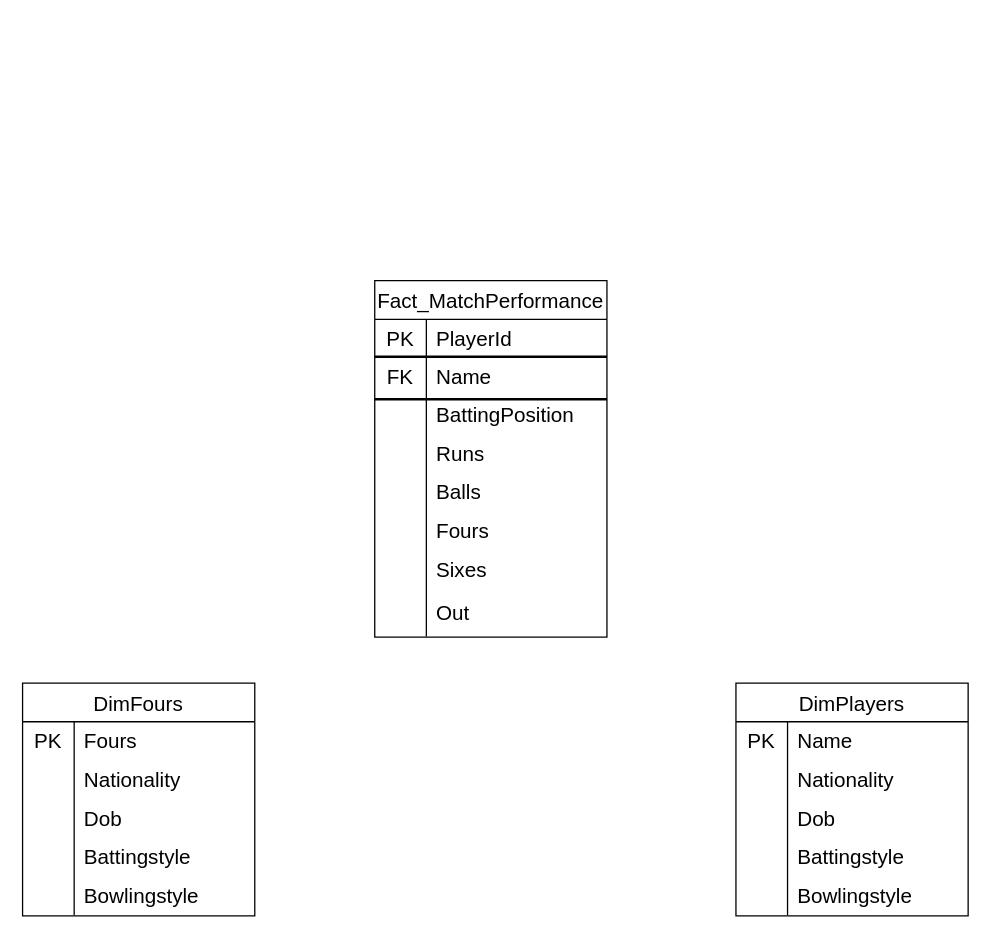
MiravBhojani/BIProject--136446 keeps this draw.io diagram as star schema.drawio. Above is the earlier version. Source tidied: cells renumbered, new cells numbered last; positions are measured from the earlier drawing's top-left corner, leaving out a move shared by most shapes. Both pictures are drawn from the tidied source at 129%, with x=0, y=0 at pixel (22, 280).
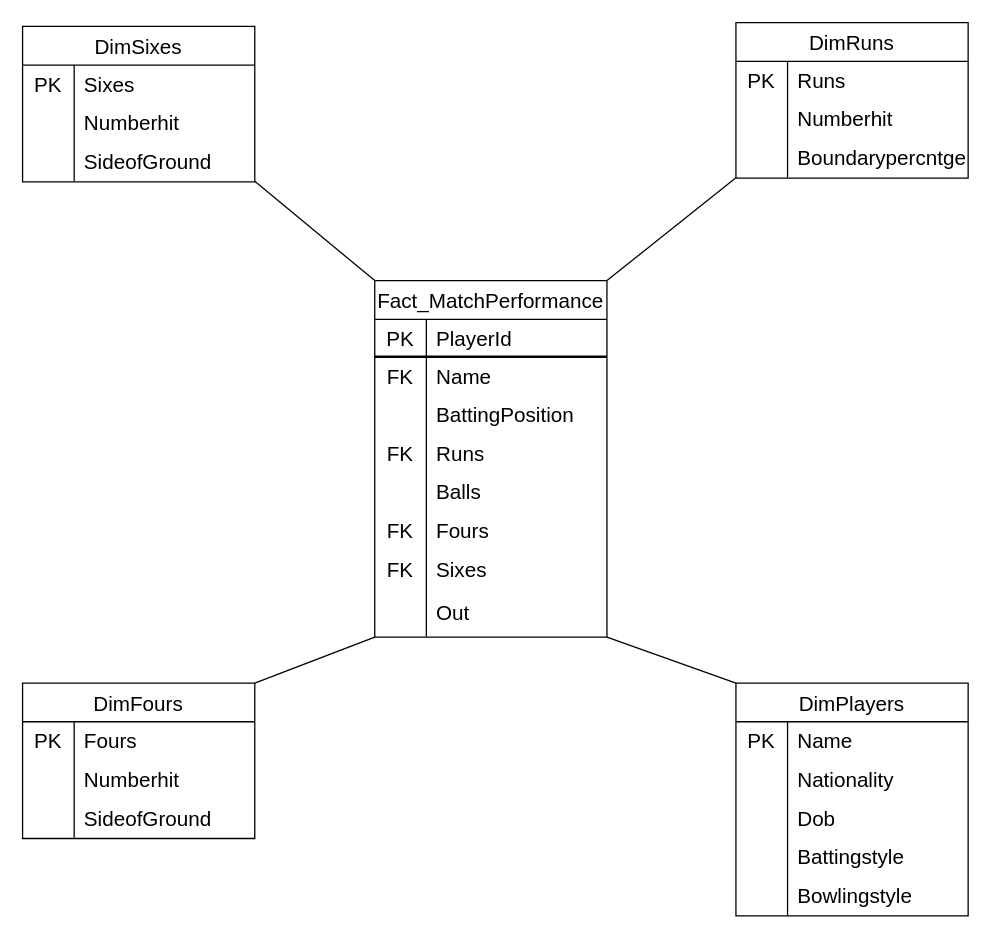
After the change.

The change refers to these unchanged cells:
```xml
<mxCell id="2" value="Fact_MatchPerformance" style="shape=table;startSize=30;childLayout=tableLayout;rowLines=0;fontStyle=0;strokeColor=default;fontSize=16;" parent="1" vertex="1">
  <mxGeometry x="273" width="180" height="276.4" as="geometry" />
</mxCell>
<mxCell id="12" style="shape=tableRow;horizontal=0;startSize=0;swimlaneHead=0;swimlaneBody=0;top=0;left=0;bottom=0;right=0;fillColor=none;strokeColor=inherit;fontSize=16;" parent="2" vertex="1">
  <mxGeometry y="119" width="180" height="30" as="geometry" />
</mxCell>
<mxCell id="18" style="shape=tableRow;horizontal=0;startSize=0;swimlaneHead=0;swimlaneBody=0;top=0;left=0;bottom=0;right=0;fillColor=none;strokeColor=inherit;fontSize=16;" parent="2" vertex="1">
  <mxGeometry y="179" width="180" height="30" as="geometry" />
</mxCell>
<mxCell id="21" style="shape=tableRow;horizontal=0;startSize=0;swimlaneHead=0;swimlaneBody=0;top=0;left=0;bottom=0;right=0;fillColor=none;strokeColor=inherit;fontSize=16;" parent="2" vertex="1">
  <mxGeometry y="209" width="180" height="30" as="geometry" />
</mxCell>
<mxCell id="27" value="DimPlayers" style="shape=table;startSize=30;childLayout=tableLayout;rowLines=0;fontStyle=0;strokeColor=default;fontSize=16;" parent="1" vertex="1">
  <mxGeometry x="553" y="312" width="180" height="180.5" as="geometry" />
</mxCell>
```

Diff of the diagram source:
```diff
@@
-    <mxCell id="13" style="shape=partialRectangle;html=1;whiteSpace=wrap;fillColor=none;top=0;left=0;bottom=0;right=0;overflow=hidden;strokeColor=inherit;fontSize=16;" parent="12" vertex="1">
+    <mxCell id="13" value="FK" style="shape=partialRectangle;html=1;whiteSpace=wrap;fillColor=none;top=0;left=0;bottom=0;right=0;overflow=hidden;strokeColor=inherit;fontSize=16;" parent="12" vertex="1">
       <mxGeometry width="40" height="30" as="geometry" />
     </mxCell>
@@
-    <mxCell id="19" style="shape=partialRectangle;html=1;whiteSpace=wrap;fillColor=none;top=0;left=0;bottom=0;right=0;overflow=hidden;strokeColor=inherit;fontSize=16;" parent="18" vertex="1">
+    <mxCell id="19" value="FK" style="shape=partialRectangle;html=1;whiteSpace=wrap;fillColor=none;top=0;left=0;bottom=0;right=0;overflow=hidden;strokeColor=inherit;fontSize=16;" parent="18" vertex="1">
       <mxGeometry width="40" height="30" as="geometry" />
     </mxCell>
@@
-    <mxCell id="22" style="shape=partialRectangle;html=1;whiteSpace=wrap;fillColor=none;top=0;left=0;bottom=0;right=0;overflow=hidden;strokeColor=inherit;fontSize=16;" parent="21" vertex="1">
+    <mxCell id="22" value="FK" style="shape=partialRectangle;html=1;whiteSpace=wrap;fillColor=none;top=0;left=0;bottom=0;right=0;overflow=hidden;strokeColor=inherit;fontSize=16;" parent="21" vertex="1">
       <mxGeometry width="40" height="30" as="geometry" />
     </mxCell>
@@
-    <mxCell id="44" style="line;strokeWidth=2;html=1;" parent="1" vertex="1">
-      <mxGeometry x="273" y="87" width="180" height="10" as="geometry" />
-    </mxCell>
     <mxCell id="45" value="DimFours" style="shape=table;startSize=30;childLayout=tableLayout;rowLines=0;fontStyle=0;strokeColor=default;fontSize=16;" parent="1" vertex="1">
-      <mxGeometry y="312" width="180" height="180.5" as="geometry" />
+      <mxGeometry y="312" width="180" height="120.5" as="geometry" />
     </mxCell>
-    <mxCell id="46" style="shape=tableRow;horizontal=0;startSize=0;swimlaneHead=0;swimlaneBody=0;top=0;left=0;bottom=0;right=0;fillColor=none;strokeColor=inherit;fontSize=16;" parent="45" vertex="1">
-      <mxGeometry y="30" width="180" height="30" as="geometry" />
-    </mxCell>
-    <mxCell id="47" value="PK" style="shape=partialRectangle;html=1;whiteSpace=wrap;fillColor=none;top=0;left=0;bottom=0;right=0;overflow=hidden;strokeColor=inherit;fontSize=16;" parent="46" vertex="1">
-      <mxGeometry width="40" height="30" as="geometry" />
-    </mxCell>
-    <mxCell id="48" value="Fours" style="shape=partialRectangle;html=1;whiteSpace=wrap;fillColor=none;top=0;left=0;bottom=0;right=0;align=left;spacingLeft=6;overflow=hidden;strokeColor=inherit;fontSize=16;" parent="46" vertex="1">
-      <mxGeometry x="40" width="140" height="30" as="geometry" />
-    </mxCell>
     <mxCell id="49" style="shape=tableRow;horizontal=0;startSize=0;swimlaneHead=0;swimlaneBody=0;top=0;left=0;bottom=0;right=0;fillColor=none;strokeColor=inherit;fontSize=16;" parent="45" vertex="1">
-      <mxGeometry y="60" width="180" height="30" as="geometry" />
+      <mxGeometry y="30" width="180" height="30" as="geometry" />
     </mxCell>
-    <mxCell id="50" style="shape=partialRectangle;html=1;whiteSpace=wrap;fillColor=none;top=0;left=0;bottom=0;right=0;overflow=hidden;strokeColor=inherit;fontSize=16;" parent="49" vertex="1">
+    <mxCell id="50" value="PK" style="shape=partialRectangle;html=1;whiteSpace=wrap;fillColor=none;top=0;left=0;bottom=0;right=0;overflow=hidden;strokeColor=inherit;fontSize=16;" parent="49" vertex="1">
       <mxGeometry width="40" height="30" as="geometry" />
     </mxCell>
-    <mxCell id="51" value="Nationality" style="shape=partialRectangle;html=1;whiteSpace=wrap;fillColor=none;top=0;left=0;bottom=0;right=0;align=left;spacingLeft=6;overflow=hidden;strokeColor=inherit;fontSize=16;" parent="49" vertex="1">
+    <mxCell id="51" value="Fours" style="shape=partialRectangle;html=1;whiteSpace=wrap;fillColor=none;top=0;left=0;bottom=0;right=0;align=left;spacingLeft=6;overflow=hidden;strokeColor=inherit;fontSize=16;" parent="49" vertex="1">
       <mxGeometry x="40" width="140" height="30" as="geometry" />
     </mxCell>
     <mxCell id="52" style="shape=tableRow;horizontal=0;startSize=0;swimlaneHead=0;swimlaneBody=0;top=0;left=0;bottom=0;right=0;fillColor=none;strokeColor=inherit;fontSize=16;" parent="45" vertex="1">
-      <mxGeometry y="90" width="180" height="30" as="geometry" />
+      <mxGeometry y="60" width="180" height="30" as="geometry" />
     </mxCell>
@@
-    <mxCell id="54" value="Dob" style="shape=partialRectangle;html=1;whiteSpace=wrap;fillColor=none;top=0;left=0;bottom=0;right=0;align=left;spacingLeft=6;overflow=hidden;strokeColor=inherit;fontSize=16;" parent="52" vertex="1">
+    <mxCell id="54" value="Numberhit" style="shape=partialRectangle;html=1;whiteSpace=wrap;fillColor=none;top=0;left=0;bottom=0;right=0;align=left;spacingLeft=6;overflow=hidden;strokeColor=inherit;fontSize=16;" parent="52" vertex="1">
       <mxGeometry x="40" width="140" height="30" as="geometry" />
     </mxCell>
     <mxCell id="55" style="shape=tableRow;horizontal=0;startSize=0;swimlaneHead=0;swimlaneBody=0;top=0;left=0;bottom=0;right=0;fillColor=none;strokeColor=inherit;fontSize=16;" parent="45" vertex="1">
-      <mxGeometry y="120" width="180" height="30" as="geometry" />
+      <mxGeometry y="90" width="180" height="30" as="geometry" />
     </mxCell>
@@
-    <mxCell id="57" value="Battingstyle" style="shape=partialRectangle;html=1;whiteSpace=wrap;fillColor=none;top=0;left=0;bottom=0;right=0;align=left;spacingLeft=6;overflow=hidden;strokeColor=inherit;fontSize=16;" parent="55" vertex="1">
+    <mxCell id="57" value="SideofGround" style="shape=partialRectangle;html=1;whiteSpace=wrap;fillColor=none;top=0;left=0;bottom=0;right=0;align=left;spacingLeft=6;overflow=hidden;strokeColor=inherit;fontSize=16;" parent="55" vertex="1">
       <mxGeometry x="40" width="140" height="30" as="geometry" />
     </mxCell>
-    <mxCell id="58" style="shape=tableRow;horizontal=0;startSize=0;swimlaneHead=0;swimlaneBody=0;top=0;left=0;bottom=0;right=0;fillColor=none;strokeColor=inherit;fontSize=16;" parent="45" vertex="1">
-      <mxGeometry y="150" width="180" height="30" as="geometry" />
-    </mxCell>
-    <mxCell id="59" style="shape=partialRectangle;html=1;whiteSpace=wrap;fillColor=none;top=0;left=0;bottom=0;right=0;overflow=hidden;strokeColor=inherit;fontSize=16;" parent="58" vertex="1">
-      <mxGeometry width="40" height="30" as="geometry" />
-    </mxCell>
-    <mxCell id="60" value="Bowlingstyle" style="shape=partialRectangle;html=1;whiteSpace=wrap;fillColor=none;top=0;left=0;bottom=0;right=0;align=left;spacingLeft=6;overflow=hidden;strokeColor=inherit;fontSize=16;" parent="58" vertex="1">
-      <mxGeometry x="40" width="140" height="30" as="geometry" />
-    </mxCell>
+    <mxCell id="61" value="DimSixes" style="shape=table;startSize=30;childLayout=tableLayout;rowLines=0;fontStyle=0;strokeColor=default;fontSize=16;" parent="1" vertex="1">
+      <mxGeometry y="-197" width="180" height="120.5" as="geometry" />
+    </mxCell>
+    <mxCell id="62" style="shape=tableRow;horizontal=0;startSize=0;swimlaneHead=0;swimlaneBody=0;top=0;left=0;bottom=0;right=0;fillColor=none;strokeColor=inherit;fontSize=16;" parent="61" vertex="1">
+      <mxGeometry y="30" width="180" height="30" as="geometry" />
+    </mxCell>
+    <mxCell id="63" value="PK" style="shape=partialRectangle;html=1;whiteSpace=wrap;fillColor=none;top=0;left=0;bottom=0;right=0;overflow=hidden;strokeColor=inherit;fontSize=16;" parent="62" vertex="1">
+      <mxGeometry width="40" height="30" as="geometry" />
+    </mxCell>
+    <mxCell id="64" value="Sixes" style="shape=partialRectangle;html=1;whiteSpace=wrap;fillColor=none;top=0;left=0;bottom=0;right=0;align=left;spacingLeft=6;overflow=hidden;strokeColor=inherit;fontSize=16;" parent="62" vertex="1">
+      <mxGeometry x="40" width="140" height="30" as="geometry" />
+    </mxCell>
+    <mxCell id="65" style="shape=tableRow;horizontal=0;startSize=0;swimlaneHead=0;swimlaneBody=0;top=0;left=0;bottom=0;right=0;fillColor=none;strokeColor=inherit;fontSize=16;" parent="61" vertex="1">
+      <mxGeometry y="60" width="180" height="30" as="geometry" />
+    </mxCell>
+    <mxCell id="66" style="shape=partialRectangle;html=1;whiteSpace=wrap;fillColor=none;top=0;left=0;bottom=0;right=0;overflow=hidden;strokeColor=inherit;fontSize=16;" parent="65" vertex="1">
+      <mxGeometry width="40" height="30" as="geometry" />
+    </mxCell>
+    <mxCell id="67" value="Numberhit" style="shape=partialRectangle;html=1;whiteSpace=wrap;fillColor=none;top=0;left=0;bottom=0;right=0;align=left;spacingLeft=6;overflow=hidden;strokeColor=inherit;fontSize=16;" parent="65" vertex="1">
+      <mxGeometry x="40" width="140" height="30" as="geometry" />
+    </mxCell>
+    <mxCell id="68" style="shape=tableRow;horizontal=0;startSize=0;swimlaneHead=0;swimlaneBody=0;top=0;left=0;bottom=0;right=0;fillColor=none;strokeColor=inherit;fontSize=16;" parent="61" vertex="1">
+      <mxGeometry y="90" width="180" height="30" as="geometry" />
+    </mxCell>
+    <mxCell id="69" style="shape=partialRectangle;html=1;whiteSpace=wrap;fillColor=none;top=0;left=0;bottom=0;right=0;overflow=hidden;strokeColor=inherit;fontSize=16;" parent="68" vertex="1">
+      <mxGeometry width="40" height="30" as="geometry" />
+    </mxCell>
+    <mxCell id="70" value="SideofGround" style="shape=partialRectangle;html=1;whiteSpace=wrap;fillColor=none;top=0;left=0;bottom=0;right=0;align=left;spacingLeft=6;overflow=hidden;strokeColor=inherit;fontSize=16;" parent="68" vertex="1">
+      <mxGeometry x="40" width="140" height="30" as="geometry" />
+    </mxCell>
+    <mxCell id="71" style="endArrow=none;html=1;rounded=0;exitX=1;exitY=0;exitDx=0;exitDy=0;entryX=0;entryY=1;entryDx=0;entryDy=0;" parent="1" edge="1" source="45" target="2">
+      <mxGeometry relative="1" as="geometry" />
+    </mxCell>
+    <mxCell id="72" style="endArrow=none;html=1;rounded=0;exitX=0;exitY=0;exitDx=0;exitDy=0;entryX=1;entryY=1;entryDx=0;entryDy=0;" parent="1" edge="1" source="27" target="2">
+      <mxGeometry relative="1" as="geometry" />
+    </mxCell>
+    <mxCell id="73" style="endArrow=none;html=1;rounded=0;exitX=0;exitY=0;exitDx=0;exitDy=0;" parent="1" edge="1" source="2">
+      <mxGeometry relative="1" as="geometry">
+        <mxPoint x="180" y="-77" as="targetPoint" />
+      </mxGeometry>
+    </mxCell>
+    <mxCell id="74" value="DimRuns" style="shape=table;startSize=30;childLayout=tableLayout;rowLines=0;fontStyle=0;strokeColor=default;fontSize=16;" parent="1" vertex="1">
+      <mxGeometry x="553" y="-200" width="180" height="120.5" as="geometry" />
+    </mxCell>
+    <mxCell id="75" style="shape=tableRow;horizontal=0;startSize=0;swimlaneHead=0;swimlaneBody=0;top=0;left=0;bottom=0;right=0;fillColor=none;strokeColor=inherit;fontSize=16;" parent="74" vertex="1">
+      <mxGeometry y="30" width="180" height="30" as="geometry" />
+    </mxCell>
+    <mxCell id="76" value="PK" style="shape=partialRectangle;html=1;whiteSpace=wrap;fillColor=none;top=0;left=0;bottom=0;right=0;overflow=hidden;strokeColor=inherit;fontSize=16;" parent="75" vertex="1">
+      <mxGeometry width="40" height="30" as="geometry" />
+    </mxCell>
+    <mxCell id="77" value="Runs" style="shape=partialRectangle;html=1;whiteSpace=wrap;fillColor=none;top=0;left=0;bottom=0;right=0;align=left;spacingLeft=6;overflow=hidden;strokeColor=inherit;fontSize=16;" parent="75" vertex="1">
+      <mxGeometry x="40" width="140" height="30" as="geometry" />
+    </mxCell>
+    <mxCell id="78" style="shape=tableRow;horizontal=0;startSize=0;swimlaneHead=0;swimlaneBody=0;top=0;left=0;bottom=0;right=0;fillColor=none;strokeColor=inherit;fontSize=16;" parent="74" vertex="1">
+      <mxGeometry y="60" width="180" height="30" as="geometry" />
+    </mxCell>
+    <mxCell id="79" style="shape=partialRectangle;html=1;whiteSpace=wrap;fillColor=none;top=0;left=0;bottom=0;right=0;overflow=hidden;strokeColor=inherit;fontSize=16;" parent="78" vertex="1">
+      <mxGeometry width="40" height="30" as="geometry" />
+    </mxCell>
+    <mxCell id="80" value="Numberhit" style="shape=partialRectangle;html=1;whiteSpace=wrap;fillColor=none;top=0;left=0;bottom=0;right=0;align=left;spacingLeft=6;overflow=hidden;strokeColor=inherit;fontSize=16;" parent="78" vertex="1">
+      <mxGeometry x="40" width="140" height="30" as="geometry" />
+    </mxCell>
+    <mxCell id="81" style="shape=tableRow;horizontal=0;startSize=0;swimlaneHead=0;swimlaneBody=0;top=0;left=0;bottom=0;right=0;fillColor=none;points=[[0,0.5],[1,0.5]];portConstraint=eastwest;strokeColor=inherit;fontSize=16;" parent="74" vertex="1">
+      <mxGeometry y="90" width="180" height="30" as="geometry" />
+    </mxCell>
+    <mxCell id="82" style="shape=partialRectangle;html=1;whiteSpace=wrap;fillColor=none;top=0;left=0;bottom=0;right=0;overflow=hidden;strokeColor=inherit;fontSize=16;" parent="81" vertex="1">
+      <mxGeometry width="40" height="30" as="geometry" />
+    </mxCell>
+    <mxCell id="83" value="Boundarypercntge" style="shape=partialRectangle;html=1;whiteSpace=wrap;fillColor=none;top=0;left=0;bottom=0;right=0;align=left;spacingLeft=6;overflow=hidden;strokeColor=inherit;fontSize=16;" parent="81" vertex="1">
+      <mxGeometry x="40" width="140" height="30" as="geometry" />
+    </mxCell>
+    <mxCell id="84" style="endArrow=none;html=1;rounded=0;entryX=0;entryY=1.011;entryDx=0;entryDy=0;entryPerimeter=0;exitX=1;exitY=0;exitDx=0;exitDy=0;" parent="1" edge="1" source="2" target="81">
+      <mxGeometry relative="1" as="geometry" />
+    </mxCell>
```
